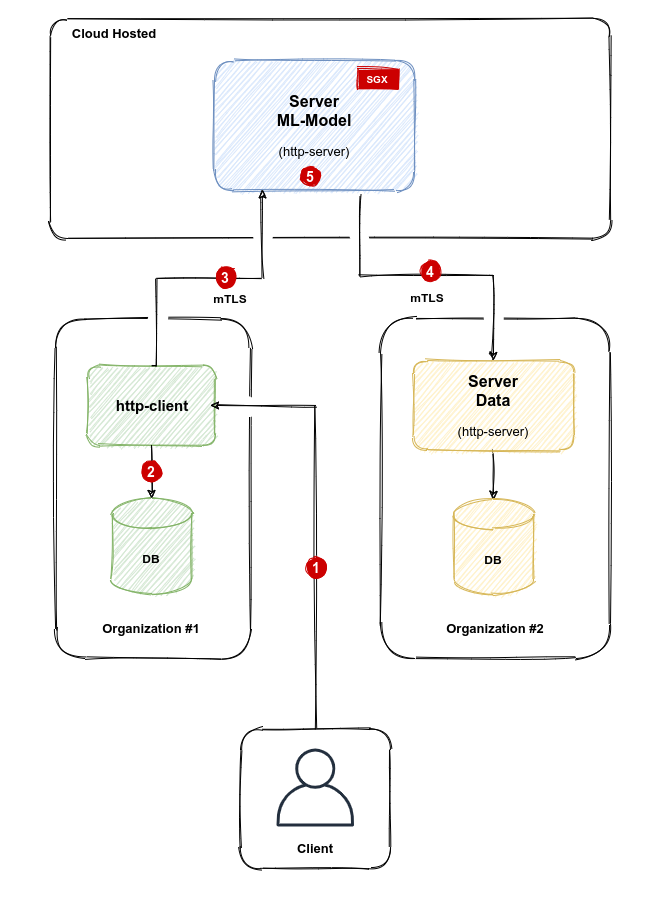
The draw.io diagram img/Diagram.png in mirecl/sgxdemo, before a commit. Source tidied: cells renumbered, new cells last; positions are measured from the earlier drawing's top-left corner, leaving out a move shared by most shapes.
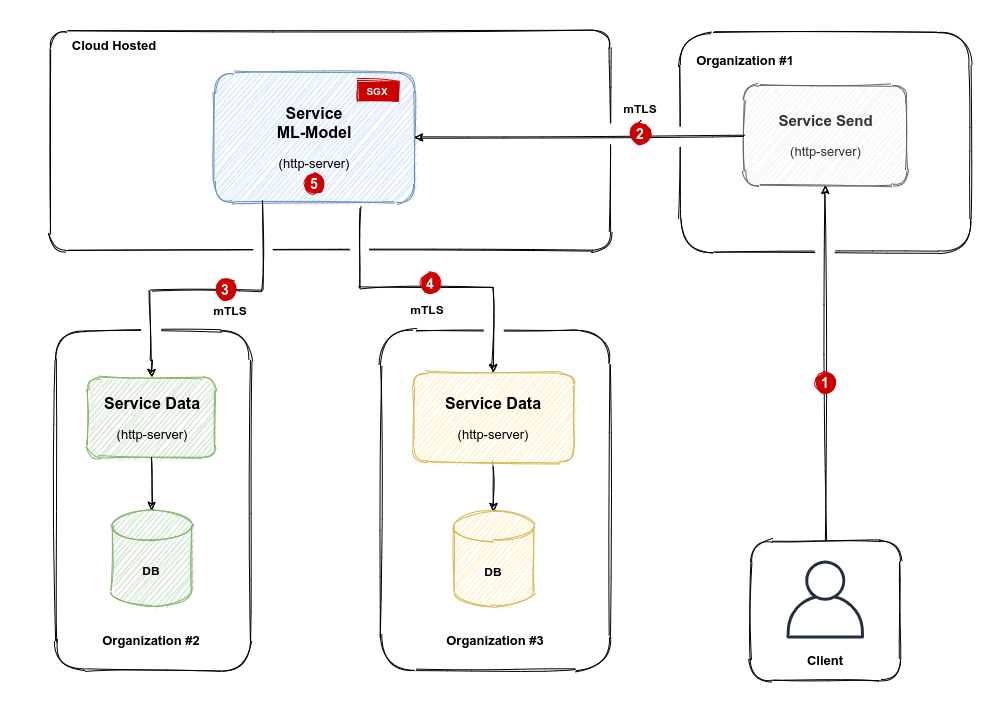
Later version of the same file.

What changed in the source:
```diff
@@ -5,7 +5,7 @@
     <mxCell id="2" style="rounded=1;whiteSpace=wrap;html=1;sketch=1;arcSize=8;" parent="1" vertex="1">
       <mxGeometry x="50" y="18" width="560" height="220" as="geometry" />
     </mxCell>
-    <mxCell id="3" value="&lt;b style=&quot;font-size: 16px&quot;&gt;Server&lt;/b&gt;&lt;br&gt;&lt;b style=&quot;font-size: 16px&quot;&gt;ML-Model&lt;/b&gt;&lt;br&gt;&lt;br&gt;&lt;font style=&quot;font-size: 13px&quot;&gt;(http-server)&lt;/font&gt;" style="rounded=1;whiteSpace=wrap;html=1;sketch=1;fillColor=#dae8fc;strokeColor=#6c8ebf;" parent="1" vertex="1">
+    <mxCell id="3" value="&lt;b style=&quot;font-size: 16px&quot;&gt;Service&lt;/b&gt;&lt;br&gt;&lt;b style=&quot;font-size: 16px&quot;&gt;ML-Model&lt;/b&gt;&lt;br&gt;&lt;br&gt;&lt;font style=&quot;font-size: 13px&quot;&gt;(http-server)&lt;/font&gt;" style="rounded=1;whiteSpace=wrap;html=1;sketch=1;fillColor=#dae8fc;strokeColor=#6c8ebf;" parent="1" vertex="1">
       <mxGeometry x="214" y="60" width="200" height="130" as="geometry" />
     </mxCell>
     <mxCell id="4" value="&lt;font color=&quot;#ffffff&quot; size=&quot;1&quot;&gt;&lt;b&gt;SGX&lt;/b&gt;&lt;/font&gt;" style="text;html=1;align=center;verticalAlign=middle;whiteSpace=wrap;rounded=0;sketch=1;strokeColor=#CC0000;fillColor=#CC0000;gradientColor=#CC0000;" parent="1" vertex="1">
@@ -17,22 +17,22 @@
     <mxCell id="6" style="rounded=1;whiteSpace=wrap;html=1;sketch=1;" parent="1" vertex="1">
       <mxGeometry x="55" y="318" width="195" height="340" as="geometry" />
     </mxCell>
-    <mxCell id="7" value="&lt;font style=&quot;font-size: 13px&quot;&gt;&lt;b&gt;Organization #1&lt;/b&gt;&lt;/font&gt;" style="text;html=1;strokeColor=none;fillColor=none;align=center;verticalAlign=middle;whiteSpace=wrap;rounded=0;sketch=1;" parent="1" vertex="1">
+    <mxCell id="7" value="&lt;font style=&quot;font-size: 13px&quot;&gt;&lt;b&gt;Organization #2&lt;/b&gt;&lt;/font&gt;" style="text;html=1;strokeColor=none;fillColor=none;align=center;verticalAlign=middle;whiteSpace=wrap;rounded=0;sketch=1;" parent="1" vertex="1">
       <mxGeometry x="96.2" y="618" width="110" height="20" as="geometry" />
     </mxCell>
     <mxCell id="8" style="rounded=1;whiteSpace=wrap;html=1;sketch=1;" parent="1" vertex="1">
       <mxGeometry x="380" y="318" width="230" height="340" as="geometry" />
     </mxCell>
-    <mxCell id="9" value="&lt;font style=&quot;font-size: 13px&quot;&gt;&lt;b&gt;Organization #2&lt;/b&gt;&lt;/font&gt;" style="text;html=1;strokeColor=none;fillColor=none;align=center;verticalAlign=middle;whiteSpace=wrap;rounded=0;sketch=1;" parent="1" vertex="1">
+    <mxCell id="9" value="&lt;font style=&quot;font-size: 13px&quot;&gt;&lt;b&gt;Organization #3&lt;/b&gt;&lt;/font&gt;" style="text;html=1;strokeColor=none;fillColor=none;align=center;verticalAlign=middle;whiteSpace=wrap;rounded=0;sketch=1;" parent="1" vertex="1">
       <mxGeometry x="440" y="618" width="110" height="20" as="geometry" />
     </mxCell>
-    <mxCell id="10" value="&lt;b&gt;&lt;font style=&quot;font-size: 15px&quot;&gt;http-client&lt;/font&gt;&lt;/b&gt;" style="rounded=1;whiteSpace=wrap;html=1;sketch=1;strokeColor=#82b366;fillColor=#d5e8d4;" parent="1" vertex="1">
+    <mxCell id="10" value="&lt;b style=&quot;font-size: 16px&quot;&gt;Service&amp;nbsp;&lt;/b&gt;&lt;span style=&quot;font-size: 16px&quot;&gt;&lt;b&gt;Data&lt;/b&gt;&lt;/span&gt;&lt;br&gt;&lt;br&gt;&lt;font style=&quot;font-size: 13px&quot;&gt;(http-server)&lt;/font&gt;" style="rounded=1;whiteSpace=wrap;html=1;sketch=1;strokeColor=#82b366;fillColor=#d5e8d4;" parent="1" vertex="1">
       <mxGeometry x="87.5" y="365" width="127.5" height="80" as="geometry" />
     </mxCell>
     <mxCell id="11" style="edgeStyle=orthogonalEdgeStyle;rounded=0;sketch=1;jettySize=auto;html=1;entryX=0.5;entryY=0;entryDx=0;entryDy=0;entryPerimeter=0;strokeColor=#000000;" parent="1" edge="1" source="12" target="20">
       <mxGeometry relative="1" as="geometry" />
     </mxCell>
-    <mxCell id="12" value="&lt;b style=&quot;font-size: 16px&quot;&gt;Server&lt;/b&gt;&lt;br&gt;&lt;span style=&quot;font-size: 16px&quot;&gt;&lt;b&gt;Data&lt;/b&gt;&lt;/span&gt;&lt;br&gt;&lt;br&gt;&lt;font style=&quot;font-size: 13px&quot;&gt;(http-server)&lt;/font&gt;" style="rounded=1;whiteSpace=wrap;html=1;sketch=1;fillColor=#fff2cc;strokeColor=#d6b656;" parent="1" vertex="1">
+    <mxCell id="12" value="&lt;b style=&quot;font-size: 16px&quot;&gt;Service&amp;nbsp;&lt;/b&gt;&lt;span style=&quot;font-size: 16px&quot;&gt;&lt;b&gt;Data&lt;/b&gt;&lt;/span&gt;&lt;br&gt;&lt;br&gt;&lt;font style=&quot;font-size: 13px&quot;&gt;(http-server)&lt;/font&gt;" style="rounded=1;whiteSpace=wrap;html=1;sketch=1;fillColor=#fff2cc;strokeColor=#d6b656;" parent="1" vertex="1">
       <mxGeometry x="413" y="360" width="160" height="90" as="geometry" />
     </mxCell>
     <mxCell id="13" value="&lt;b&gt;mTLS&lt;/b&gt;" style="text;html=1;strokeColor=none;fillColor=none;align=center;verticalAlign=middle;whiteSpace=wrap;rounded=0;sketch=1;" parent="1" vertex="1">
@@ -42,18 +42,18 @@
       <mxGeometry x="210" y="288" width="40" height="20" as="geometry" />
     </mxCell>
     <mxCell id="15" style="ellipse;whiteSpace=wrap;html=1;sketch=1;gradientColor=none;strokeColor=none;" parent="1" vertex="1">
-      <mxGeometry x="147" y="308" width="20" height="20" as="geometry" />
+      <mxGeometry x="140" y="308" width="20" height="20" as="geometry" />
     </mxCell>
     <mxCell id="16" style="ellipse;whiteSpace=wrap;html=1;sketch=1;gradientColor=none;strokeColor=none;" parent="1" vertex="1">
       <mxGeometry x="252" y="225" width="20" height="20" as="geometry" />
     </mxCell>
-    <mxCell id="17" style="edgeStyle=orthogonalEdgeStyle;rounded=0;jettySize=auto;html=1;sketch=1;exitX=0.5;exitY=0;exitDx=0;exitDy=0;entryX=0.241;entryY=0.995;entryDx=0;entryDy=0;entryPerimeter=0;" parent="1" edge="1" source="10" target="3">
+    <mxCell id="17" style="edgeStyle=orthogonalEdgeStyle;rounded=0;jettySize=auto;html=1;sketch=1;exitX=0.5;exitY=0;exitDx=0;exitDy=0;entryX=0.241;entryY=0.995;entryDx=0;entryDy=0;entryPerimeter=0;startArrow=classic;startFill=1;endArrow=none;endFill=0;" parent="1" edge="1" source="10" target="3">
       <mxGeometry relative="1" as="geometry">
         <Array as="points">
-          <mxPoint x="156" y="365" />
-          <mxPoint x="156" y="278" />
+          <mxPoint x="151" y="348" />
+          <mxPoint x="150" y="348" />
+          <mxPoint x="150" y="278" />
           <mxPoint x="262" y="278" />
-          <mxPoint x="262" y="189" />
         </Array>
       </mxGeometry>
     </mxCell>
@@ -72,32 +72,6 @@
     <mxCell id="22" style="edgeStyle=orthogonalEdgeStyle;rounded=0;sketch=1;jettySize=auto;html=1;strokeColor=#000000;exitX=0.5;exitY=1;exitDx=0;exitDy=0;" parent="1" edge="1" source="10" target="21">
       <mxGeometry relative="1" as="geometry" />
     </mxCell>
-    <mxCell id="23" style="rounded=1;whiteSpace=wrap;html=1;sketch=1;" parent="1" vertex="1">
-      <mxGeometry x="240" y="728" width="150" height="140" as="geometry" />
-    </mxCell>
-    <mxCell id="24" style="fontColor=#232F3E;gradientColor=none;fillColor=#232F3E;strokeColor=none;dashed=0;verticalLabelPosition=bottom;verticalAlign=top;align=center;html=1;fontSize=12;fontStyle=0;shape=mxgraph.aws4.user;sketch=0;" parent="1" vertex="1">
-      <mxGeometry x="276" y="748" width="78" height="78" as="geometry" />
-    </mxCell>
-    <mxCell id="25" value="&lt;font style=&quot;font-size: 13px&quot;&gt;&lt;b&gt;Client&lt;/b&gt;&lt;/font&gt;" style="text;html=1;strokeColor=none;fillColor=none;align=center;verticalAlign=middle;whiteSpace=wrap;rounded=0;sketch=1;" parent="1" vertex="1">
-      <mxGeometry x="260" y="838" width="110" height="20" as="geometry" />
-    </mxCell>
-    <mxCell id="26" style="ellipse;whiteSpace=wrap;html=1;sketch=1;gradientColor=none;strokeColor=none;" parent="1" vertex="1">
-      <mxGeometry x="240" y="396" width="20" height="20" as="geometry" />
-    </mxCell>
-    <mxCell id="27" style="edgeStyle=orthogonalEdgeStyle;rounded=0;sketch=1;jettySize=auto;html=1;strokeColor=#000000;exitX=0.5;exitY=0;exitDx=0;exitDy=0;" parent="1" edge="1" source="23">
-      <mxGeometry relative="1" as="geometry">
-        <mxPoint x="210" y="405" as="targetPoint" />
-        <Array as="points">
-          <mxPoint x="315" y="405" />
-        </Array>
-      </mxGeometry>
-    </mxCell>
-    <mxCell id="28" value="&lt;b&gt;&lt;font color=&quot;#ffffff&quot; style=&quot;font-size: 14px&quot;&gt;1&lt;/font&gt;&lt;/b&gt;" style="ellipse;whiteSpace=wrap;html=1;sketch=1;strokeColor=#CC0000;fillColor=#CC0000;gradientColor=#CC0000;" parent="1" vertex="1">
-      <mxGeometry x="306" y="557" width="20" height="20" as="geometry" />
-    </mxCell>
-    <mxCell id="29" value="&lt;b&gt;&lt;font color=&quot;#ffffff&quot; style=&quot;font-size: 14px&quot;&gt;2&lt;/font&gt;&lt;/b&gt;" style="ellipse;whiteSpace=wrap;html=1;sketch=1;strokeColor=#CC0000;fillColor=#CC0000;gradientColor=#CC0000;" parent="1" vertex="1">
-      <mxGeometry x="141" y="461" width="20" height="20" as="geometry" />
-    </mxCell>
     <mxCell id="30" style="ellipse;whiteSpace=wrap;html=1;sketch=1;gradientColor=none;strokeColor=none;" parent="1" vertex="1">
       <mxGeometry x="349" y="228" width="20" height="20" as="geometry" />
     </mxCell>
@@ -107,11 +81,56 @@
     <mxCell id="32" value="&lt;font color=&quot;#ffffff&quot;&gt;&lt;span style=&quot;font-size: 14px&quot;&gt;&lt;b&gt;4&lt;/b&gt;&lt;/span&gt;&lt;/font&gt;" style="ellipse;whiteSpace=wrap;html=1;sketch=1;strokeColor=#CC0000;fillColor=#CC0000;gradientColor=#CC0000;" parent="1" vertex="1">
       <mxGeometry x="420" y="261" width="20" height="20" as="geometry" />
     </mxCell>
-    <mxCell id="33" style="rounded=0;whiteSpace=wrap;html=1;sketch=1;gradientColor=#CC0000;fillColor=none;strokeColor=none;" parent="1" vertex="1">
-      <mxGeometry width="660" height="898" as="geometry" />
+    <mxCell id="33" value="&lt;span style=&quot;color: rgba(0 , 0 , 0 , 0) ; font-family: monospace ; font-size: 0px&quot;&gt;&lt;br&gt;&lt;/span&gt;" style="rounded=0;whiteSpace=wrap;html=1;sketch=1;gradientColor=#CC0000;fillColor=none;strokeColor=none;" parent="1" vertex="1">
+      <mxGeometry y="-12" width="1000" height="700" as="geometry" />
     </mxCell>
+    <mxCell id="35" style="rounded=1;whiteSpace=wrap;html=1;sketch=1;" parent="1" vertex="1">
+      <mxGeometry x="680" y="20" width="290" height="220" as="geometry" />
+    </mxCell>
+    <mxCell id="36" style="group;" parent="1" vertex="1">
+      <mxGeometry x="750" y="528" width="150" height="140" as="geometry" />
+    </mxCell>
+    <mxCell id="23" style="rounded=1;whiteSpace=wrap;html=1;sketch=1;" parent="36" vertex="1">
+      <mxGeometry width="150" height="140" as="geometry" />
+    </mxCell>
+    <mxCell id="24" style="fontColor=#232F3E;gradientColor=none;fillColor=#232F3E;strokeColor=none;dashed=0;verticalLabelPosition=bottom;verticalAlign=top;align=center;html=1;fontSize=12;fontStyle=0;shape=mxgraph.aws4.user;sketch=0;" parent="36" vertex="1">
+      <mxGeometry x="36" y="20" width="78" height="78" as="geometry" />
+    </mxCell>
+    <mxCell id="25" value="&lt;font style=&quot;font-size: 13px&quot;&gt;&lt;b&gt;Client&lt;/b&gt;&lt;/font&gt;" style="text;html=1;strokeColor=none;fillColor=none;align=center;verticalAlign=middle;whiteSpace=wrap;rounded=0;sketch=1;" parent="36" vertex="1">
+      <mxGeometry x="20" y="110" width="110" height="20" as="geometry" />
+    </mxCell>
+    <mxCell id="37" value="&lt;font&gt;&lt;b style=&quot;font-size: 15px&quot;&gt;Service Send&lt;/b&gt;&lt;br&gt;&lt;br&gt;&lt;font style=&quot;font-size: 13px&quot;&gt;(http-server)&lt;/font&gt;&lt;br&gt;&lt;/font&gt;" style="rounded=1;whiteSpace=wrap;html=1;sketch=1;fillColor=#f5f5f5;strokeColor=#666666;fontColor=#333333;" parent="1" vertex="1">
+      <mxGeometry x="743.5" y="73" width="163" height="100" as="geometry" />
+    </mxCell>
+    <mxCell id="38" style="ellipse;whiteSpace=wrap;html=1;sketch=1;gradientColor=none;strokeColor=none;" parent="1" vertex="1">
+      <mxGeometry x="815" y="228" width="20" height="20" as="geometry" />
+    </mxCell>
+    <mxCell id="27" style="edgeStyle=orthogonalEdgeStyle;rounded=0;sketch=1;jettySize=auto;html=1;strokeColor=#000000;exitX=0.5;exitY=0;exitDx=0;exitDy=0;" parent="1" edge="1" source="23" target="37">
+      <mxGeometry relative="1" as="geometry" />
+    </mxCell>
+    <mxCell id="28" value="&lt;b&gt;&lt;font color=&quot;#ffffff&quot; style=&quot;font-size: 14px&quot;&gt;1&lt;/font&gt;&lt;/b&gt;" style="ellipse;whiteSpace=wrap;html=1;sketch=1;strokeColor=#CC0000;fillColor=#CC0000;gradientColor=#CC0000;" parent="1" vertex="1">
+      <mxGeometry x="815" y="360" width="20" height="20" as="geometry" />
+    </mxCell>
+    <mxCell id="39" style="ellipse;whiteSpace=wrap;html=1;sketch=1;gradientColor=none;strokeColor=none;" parent="1" vertex="1">
+      <mxGeometry x="670" y="114" width="20" height="20" as="geometry" />
+    </mxCell>
+    <mxCell id="40" style="ellipse;whiteSpace=wrap;html=1;sketch=1;gradientColor=none;strokeColor=none;" parent="1" vertex="1">
+      <mxGeometry x="600" y="111" width="20" height="20" as="geometry" />
+    </mxCell>
+    <mxCell id="41" style="endArrow=classic;html=1;exitX=0;exitY=0.5;exitDx=0;exitDy=0;entryX=1;entryY=0.5;entryDx=0;entryDy=0;sketch=1;" parent="1" edge="1" source="37" target="3">
+      <mxGeometry relative="1" as="geometry" />
+    </mxCell>
+    <mxCell id="29" value="&lt;b&gt;&lt;font color=&quot;#ffffff&quot; style=&quot;font-size: 14px&quot;&gt;2&lt;/font&gt;&lt;/b&gt;" style="ellipse;whiteSpace=wrap;html=1;sketch=1;strokeColor=#CC0000;fillColor=#CC0000;gradientColor=#CC0000;" parent="1" vertex="1">
+      <mxGeometry x="630" y="111" width="20" height="20" as="geometry" />
+    </mxCell>
+    <mxCell id="42" value="&lt;b&gt;mTLS&lt;/b&gt;" style="text;html=1;strokeColor=none;fillColor=none;align=center;verticalAlign=middle;whiteSpace=wrap;rounded=0;sketch=1;" parent="1" vertex="1">
+      <mxGeometry x="620" y="86" width="40" height="20" as="geometry" />
+    </mxCell>
     <mxCell id="34" value="&lt;font color=&quot;#ffffff&quot;&gt;&lt;span style=&quot;font-size: 14px&quot;&gt;&lt;b&gt;5&lt;/b&gt;&lt;/span&gt;&lt;/font&gt;" style="ellipse;whiteSpace=wrap;html=1;sketch=1;strokeColor=#CC0000;fillColor=#CC0000;gradientColor=#CC0000;" parent="1" vertex="1">
-      <mxGeometry x="300" y="166" width="20" height="20" as="geometry" />
+      <mxGeometry x="304" y="161" width="20" height="20" as="geometry" />
     </mxCell>
+    <mxCell id="43" value="&lt;font style=&quot;font-size: 13px&quot;&gt;&lt;b&gt;Organization #1&lt;/b&gt;&lt;/font&gt;" style="text;html=1;strokeColor=none;fillColor=none;align=center;verticalAlign=middle;whiteSpace=wrap;rounded=0;sketch=1;" parent="1" vertex="1">
+      <mxGeometry x="690" y="38" width="110" height="20" as="geometry" />
+    </mxCell>
   </root>
 </mxGraphModel>
```
